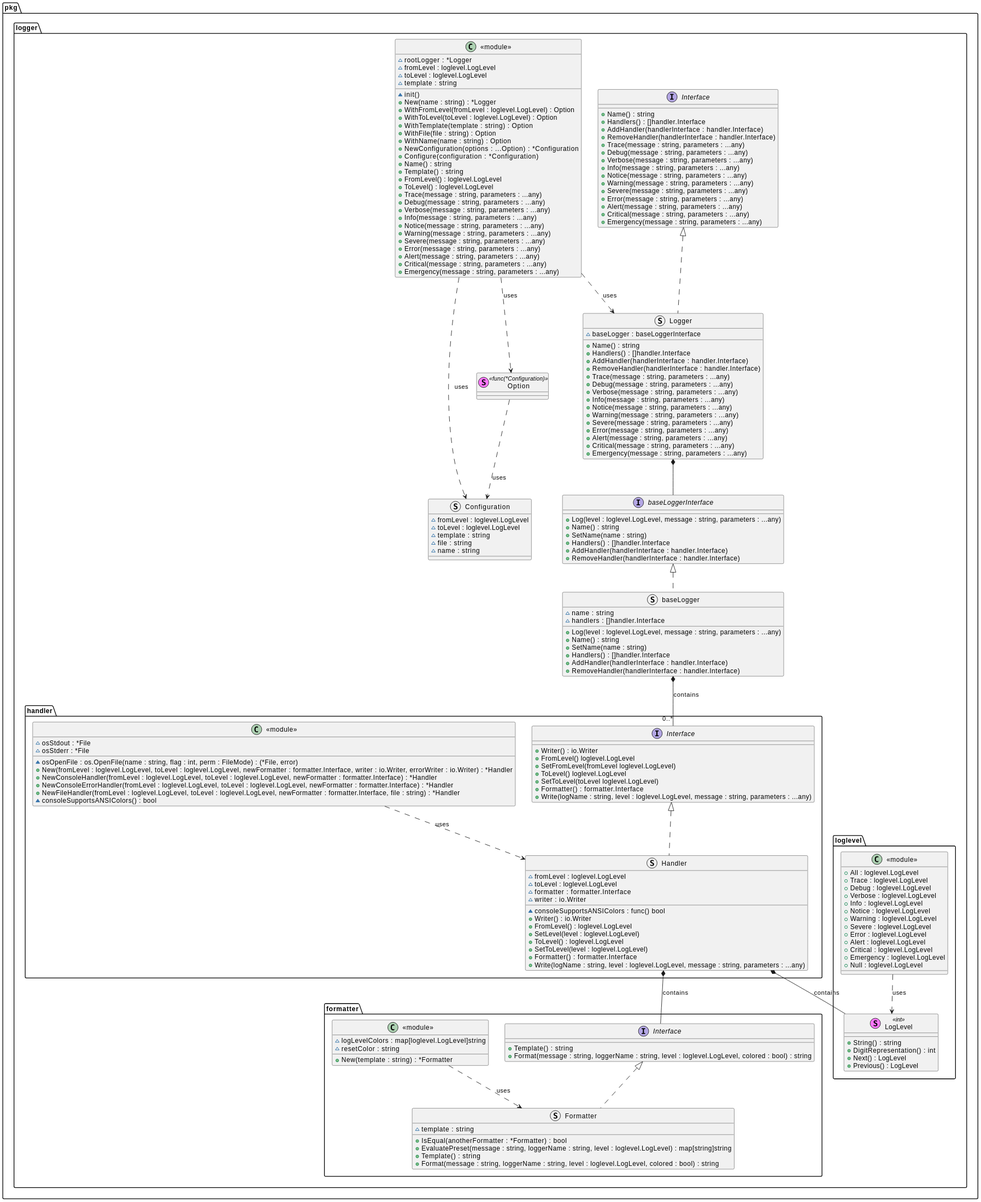
The PlantUML diagram docs/architecture/diagrams/svg/class_diagram.svg in dl1998/go-logging, before a commit.
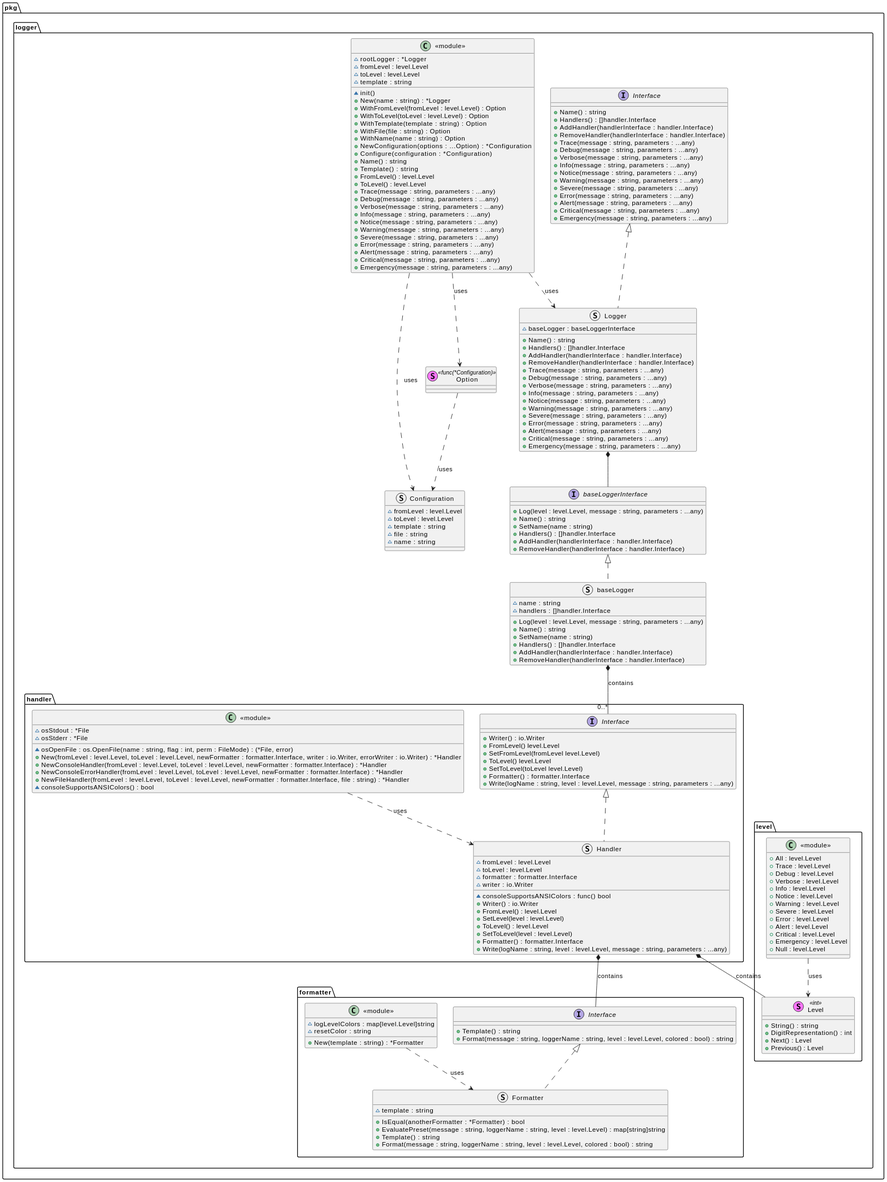
The same diagram one commit later.

Diff of the diagram source:
```diff
@@ -5,19 +5,19 @@
     package formatter {
         interface Interface {
             + Template() : string
-            + Format(message : string, loggerName : string, level : loglevel.LogLevel, colored : bool) : string
+            + Format(message : string, loggerName : string, level : level.Level, colored : bool) : string
         }
 
         struct Formatter implements Interface {
             ~ template : string
             + IsEqual(anotherFormatter : *Formatter) : bool
-            + EvaluatePreset(message : string, loggerName : string, level : loglevel.LogLevel) : map[string]string
+            + EvaluatePreset(message : string, loggerName : string, level : level.Level) : map[string]string
             + Template() : string
-            + Format(message : string, loggerName : string, level : loglevel.LogLevel, colored : bool) : string
+            + Format(message : string, loggerName : string, level : level.Level, colored : bool) : string
         }
 
         class "<<module>>" {
-            ~ logLevelColors : map[loglevel.LogLevel]string
+            ~ logLevelColors : map[level.Level]string
             ~ resetColor : string
             + New(template : string) : *Formatter
         }
@@ -27,66 +27,66 @@
     package handler {
         interface Interface {
             + Writer() : io.Writer
-            + FromLevel() loglevel.LogLevel
-            + SetFromLevel(fromLevel loglevel.LogLevel)
-            + ToLevel() loglevel.LogLevel
-            + SetToLevel(toLevel loglevel.LogLevel)
+            + FromLevel() level.Level
+            + SetFromLevel(fromLevel level.Level)
+            + ToLevel() level.Level
+            + SetToLevel(toLevel level.Level)
             + Formatter() : formatter.Interface
-            + Write(logName : string, level : loglevel.LogLevel, message : string, parameters : ...any)
+            + Write(logName : string, level : level.Level, message : string, parameters : ...any)
         }
         struct Handler implements Interface {
-            ~ fromLevel : loglevel.LogLevel
-            ~ toLevel : loglevel.LogLevel
+            ~ fromLevel : level.Level
+            ~ toLevel : level.Level
             ~ formatter : formatter.Interface
             ~ writer : io.Writer
             ~ consoleSupportsANSIColors : func() bool
             + Writer() : io.Writer
-            + FromLevel() : loglevel.LogLevel
-            + SetLevel(level : loglevel.LogLevel)
-            + ToLevel() : loglevel.LogLevel
-            + SetToLevel(level : loglevel.LogLevel)
+            + FromLevel() : level.Level
+            + SetLevel(level : level.Level)
+            + ToLevel() : level.Level
+            + SetToLevel(level : level.Level)
             + Formatter() : formatter.Interface
-            + Write(logName : string, level : loglevel.LogLevel, message : string, parameters : ...any)
+            + Write(logName : string, level : level.Level, message : string, parameters : ...any)
         }
         class "<<module>>" {
             ~ osOpenFile : os.OpenFile(name : string, flag : int, perm : FileMode) : (*File, error)
             ~ osStdout : *File
             ~ osStderr : *File
-            + New(fromLevel : loglevel.LogLevel, toLevel : loglevel.LogLevel, newFormatter : formatter.Interface, writer : io.Writer, errorWriter : io.Writer) : *Handler
-            + NewConsoleHandler(fromLevel : loglevel.LogLevel, toLevel : loglevel.LogLevel, newFormatter : formatter.Interface) : *Handler
-            + NewConsoleErrorHandler(fromLevel : loglevel.LogLevel, toLevel : loglevel.LogLevel, newFormatter : formatter.Interface) : *Handler
-            + NewFileHandler(fromLevel : loglevel.LogLevel, toLevel : loglevel.LogLevel, newFormatter : formatter.Interface, file : string) : *Handler
+            + New(fromLevel : level.Level, toLevel : level.Level, newFormatter : formatter.Interface, writer : io.Writer, errorWriter : io.Writer) : *Handler
+            + NewConsoleHandler(fromLevel : level.Level, toLevel : level.Level, newFormatter : formatter.Interface) : *Handler
+            + NewConsoleErrorHandler(fromLevel : level.Level, toLevel : level.Level, newFormatter : formatter.Interface) : *Handler
+            + NewFileHandler(fromLevel : level.Level, toLevel : level.Level, newFormatter : formatter.Interface, file : string) : *Handler
             ~ consoleSupportsANSIColors() : bool
         }
 
         "<<module>>" ..> Handler : uses
     }
-    package loglevel {
-        stereotype LogLevel <<int>> {
+    package level {
+        stereotype Level <<int>> {
             + String() : string
             + DigitRepresentation() : int
-            + Next() : LogLevel
-            + Previous() : LogLevel
+            + Next() : Level
+            + Previous() : Level
         }
         class "<<module>>" {
-            + All : loglevel.LogLevel
-            + Trace : loglevel.LogLevel
-            + Debug : loglevel.LogLevel
-            + Verbose : loglevel.LogLevel
-            + Info : loglevel.LogLevel
-            + Notice : loglevel.LogLevel
-            + Warning : loglevel.LogLevel
-            + Severe : loglevel.LogLevel
-            + Error : loglevel.LogLevel
-            + Alert : loglevel.LogLevel
-            + Critical : loglevel.LogLevel
-            + Emergency : loglevel.LogLevel
-            + Null : loglevel.LogLevel
+            + All : level.Level
+            + Trace : level.Level
+            + Debug : level.Level
+            + Verbose : level.Level
+            + Info : level.Level
+            + Notice : level.Level
+            + Warning : level.Level
+            + Severe : level.Level
+            + Error : level.Level
+            + Alert : level.Level
+            + Critical : level.Level
+            + Emergency : level.Level
+            + Null : level.Level
         }
-        "<<module>>" ..> LogLevel : uses
+        "<<module>>" ..> Level : uses
     }
     interface baseLoggerInterface {
-        + Log(level : loglevel.LogLevel, message : string, parameters : ...any)
+        + Log(level : level.Level, message : string, parameters : ...any)
         + Name() : string
         + SetName(name : string)
         + Handlers() : []handler.Interface
@@ -96,7 +96,7 @@
     struct baseLogger implements baseLoggerInterface {
         ~ name : string
         ~ handlers : []handler.Interface
-        + Log(level : loglevel.LogLevel, message : string, parameters : ...any)
+        + Log(level : level.Level, message : string, parameters : ...any)
         + Name() : string
         + SetName(name : string)
         + Handlers() : []handler.Interface
@@ -139,8 +139,8 @@
         + Emergency(message : string, parameters : ...any)
     }
     struct Configuration {
-        ~ fromLevel : loglevel.LogLevel
-        ~ toLevel : loglevel.LogLevel
+        ~ fromLevel : level.Level
+        ~ toLevel : level.Level
         ~ template : string
         ~ file : string
         ~ name : string
@@ -148,13 +148,13 @@
     stereotype Option <<func(*Configuration)>> {}
     class "<<module>>" {
         ~ rootLogger : *Logger
-        ~ fromLevel : loglevel.LogLevel
-        ~ toLevel : loglevel.LogLevel
+        ~ fromLevel : level.Level
+        ~ toLevel : level.Level
         ~ template : string
         ~ init()
         + New(name : string) : *Logger
-        + WithFromLevel(fromLevel : loglevel.LogLevel) : Option
-        + WithToLevel(toLevel : loglevel.LogLevel) : Option
+        + WithFromLevel(fromLevel : level.Level) : Option
+        + WithToLevel(toLevel : level.Level) : Option
         + WithTemplate(template : string) : Option
         + WithFile(file : string) : Option
         + WithName(name : string) : Option
@@ -162,8 +162,8 @@
         + Configure(configuration : *Configuration)
         + Name() : string
         + Template() : string
-        + FromLevel() : loglevel.LogLevel
-        + ToLevel() : loglevel.LogLevel
+        + FromLevel() : level.Level
+        + ToLevel() : level.Level
         + Trace(message : string, parameters : ...any)
         + Debug(message : string, parameters : ...any)
         + Verbose(message : string, parameters : ...any)
@@ -184,7 +184,7 @@
     Option ..> Configuration : uses
 }
 
-pkg.logger.handler.Handler *-- pkg.logger.loglevel.LogLevel : contains
+pkg.logger.handler.Handler *-- pkg.logger.level.Level : contains
 pkg.logger.handler.Handler *-- pkg.logger.formatter.Interface : contains
 pkg.logger.baseLogger *-- "0..*" pkg.logger.handler.Interface : contains
 @enduml
```
